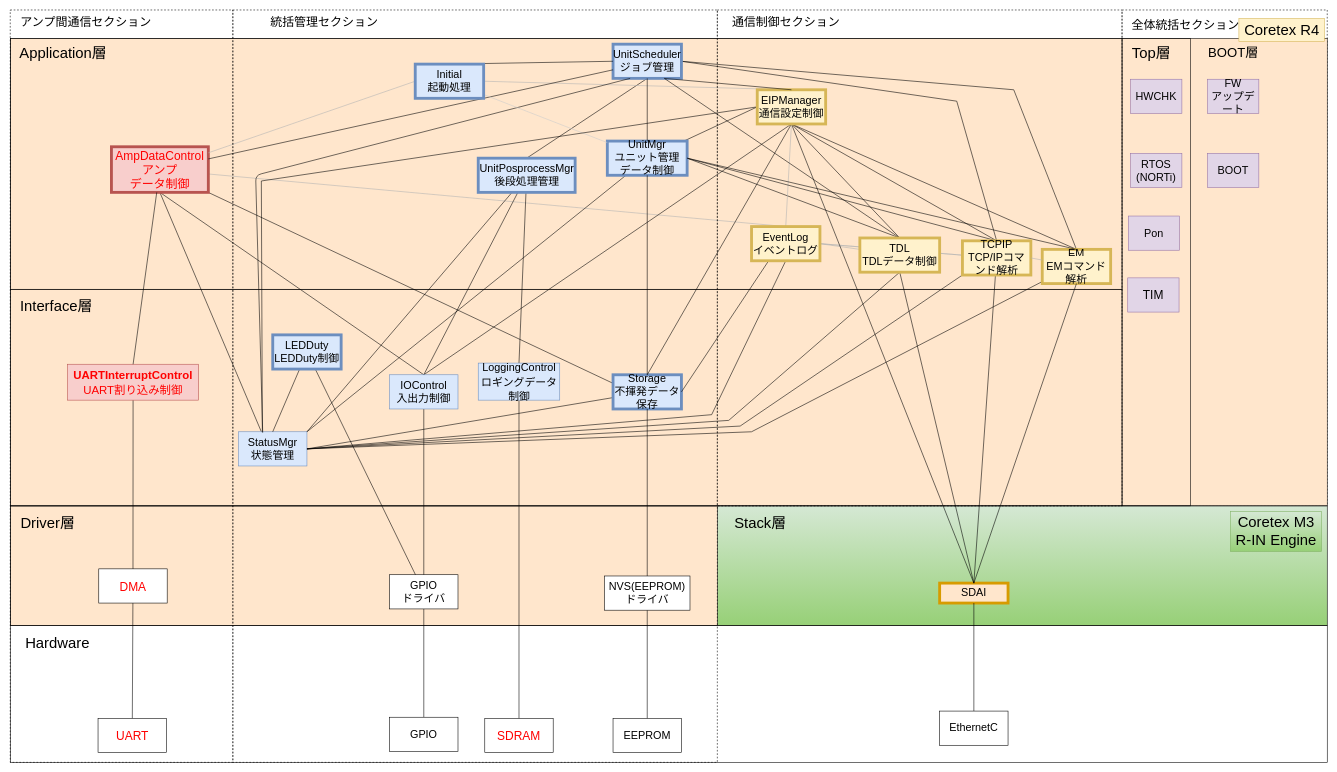
Earlier version of the draw.io diagram page "RevG_NewスマNWU静的構造_完全版" (1 of 4) of NWユニット_アーキテクチャ図.drawio (YutaSuzukiGARI/nwunit). Source tidied: cells renumbered, new cells numbered last; positions are measured from the earlier drawing's top-left corner, leaving out a move shared by most shapes. Both pictures are drawn from the tidied source at 57%, with x=0, y=0 at pixel (10, 10).
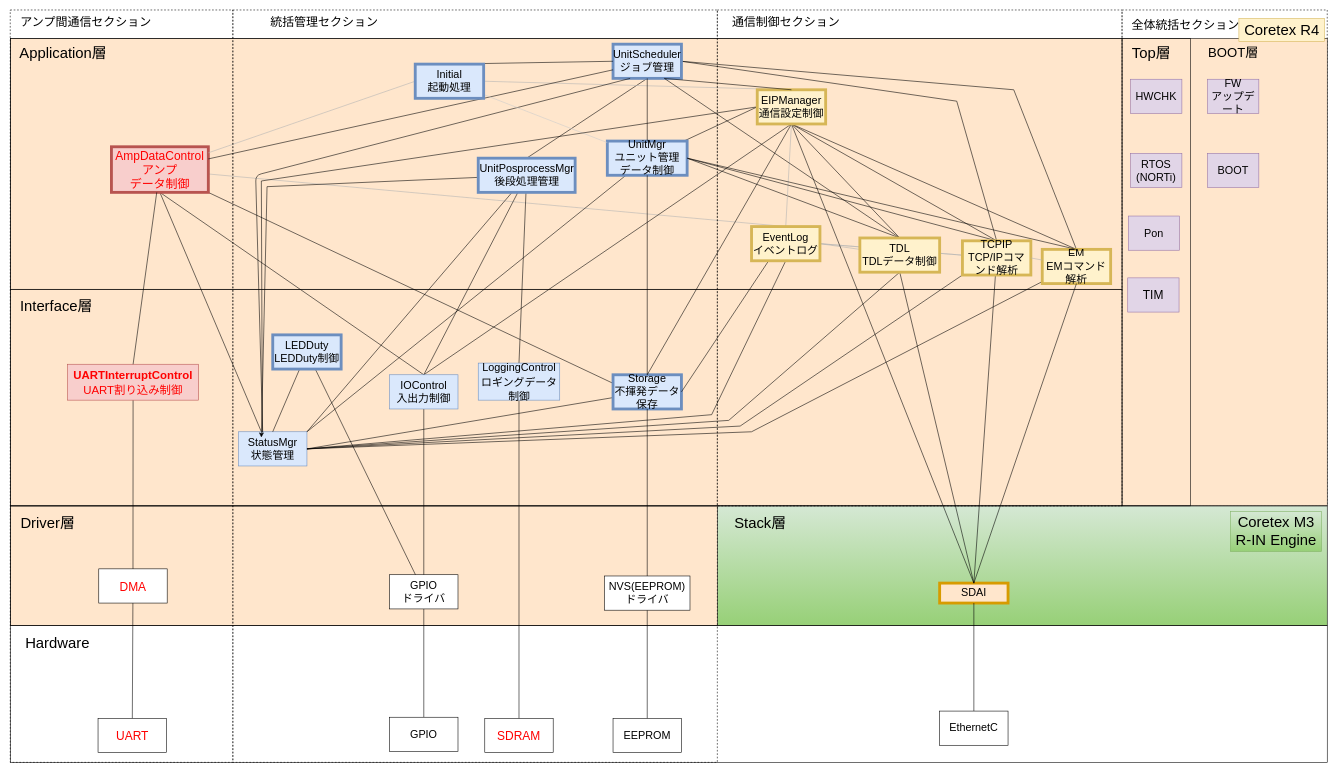
After the change.

Commit message:
Update NWユニット_アーキテクチャ図.drawio

The change refers to these unchanged cells:
```xml
<mxCell id="90" value="UnitPosprocessMgr&lt;br&gt;後段処理管理" style="rounded=0;whiteSpace=wrap;html=1;fillColor=#dae8fc;strokeColor=#6c8ebf;fontSize=19;strokeWidth=5;fontColor=default;" parent="1" vertex="1">
  <mxGeometry x="820.5" y="260" width="170" height="60" as="geometry" />
</mxCell>
```

What changed in the source:
```diff
@@
+    <mxCell id="117" style="rounded=0;jettySize=auto;html=1;" parent="1" edge="1" source="90">
+      <mxGeometry relative="1" as="geometry">
+        <mxPoint x="440" y="750" as="targetPoint" />
+        <Array as="points">
+          <mxPoint x="450" y="310" />
+        </Array>
+      </mxGeometry>
+    </mxCell>
```
